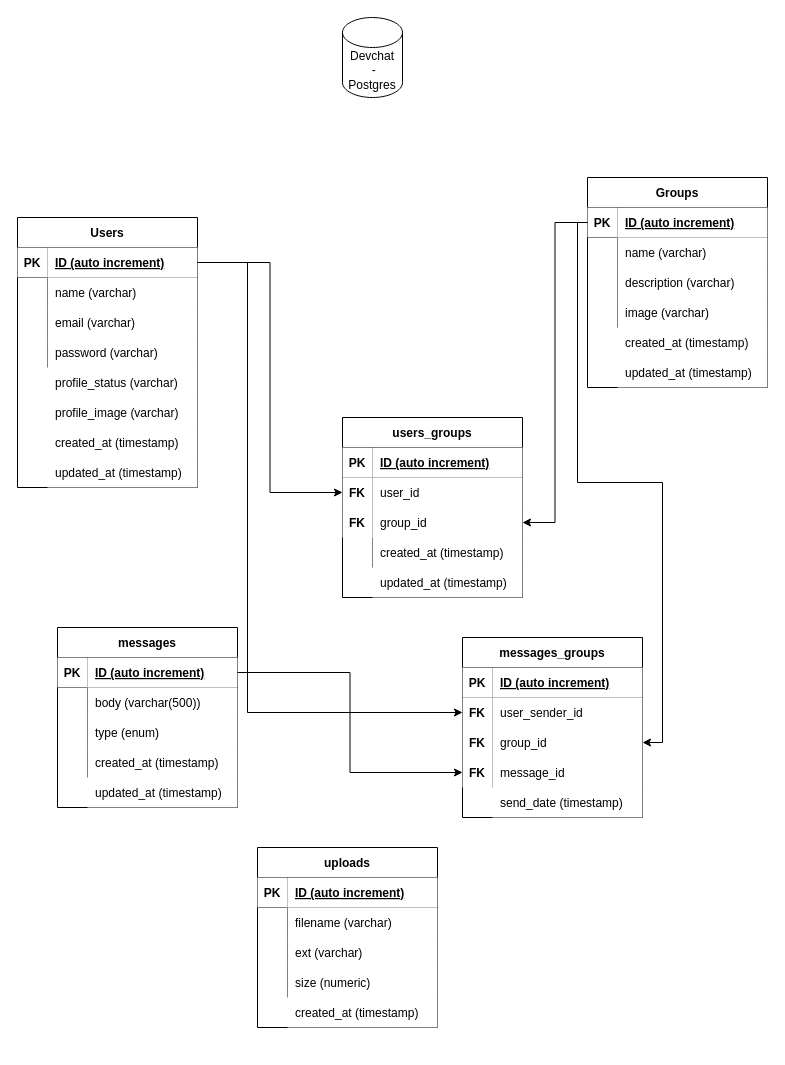
Before: backend/docs/MER.drawio in caioliveira277/dev-chat-project, a draw.io diagram. Source tidied: cells renumbered, new cells numbered last; positions are measured from the earlier drawing's top-left corner, leaving out a move shared by most shapes. Both pictures are drawn from the tidied source at 100%, with x=0, y=0 at pixel (17, 17).
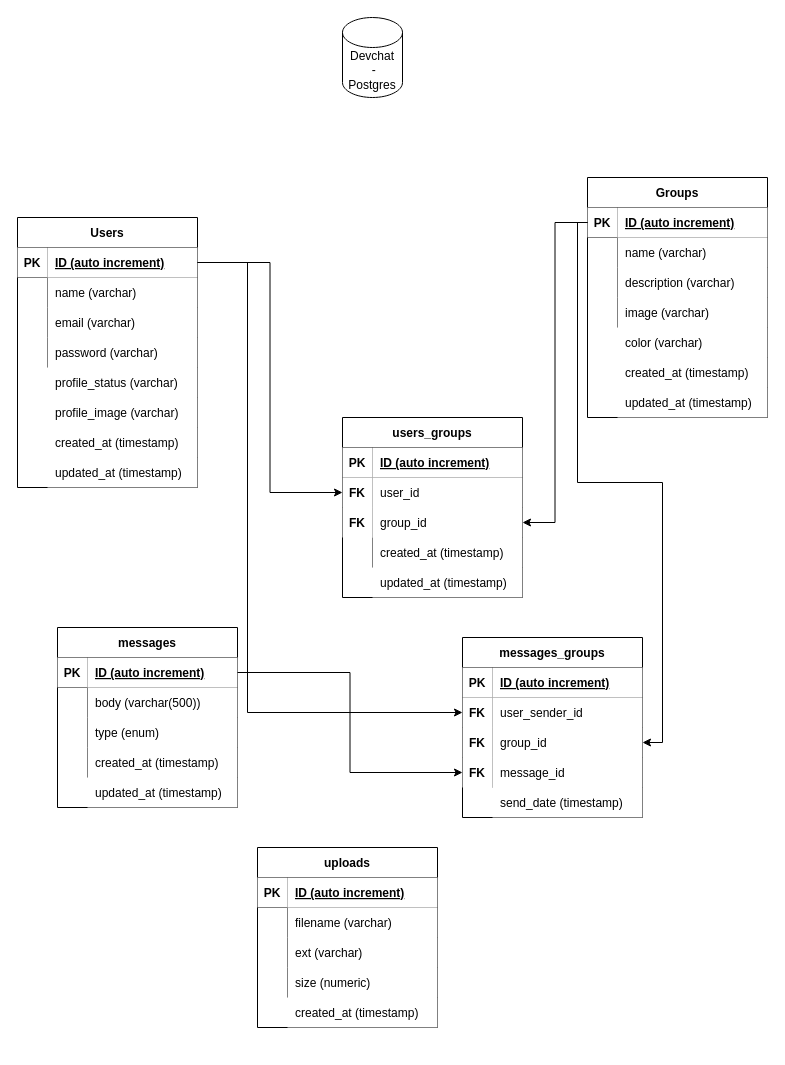
The same page after the edit.

The edit, as a diff of the source:
```diff
@@
     <mxCell id="98" value="Groups" style="shape=table;startSize=30;childLayout=tableLayout;rowLines=0;fontStyle=1;align=center;" parent="1" vertex="1">
-      <mxGeometry x="570" y="160" width="180" height="210" as="geometry" />
+      <mxGeometry x="570" y="160" width="180" height="240" as="geometry" />
     </mxCell>
@@
     <mxCell id="113" value="created_at (timestamp)" style="shape=partialRectangle;top=0;left=0;bottom=0;right=0;align=left;spacingLeft=6;overflow=hidden;" parent="1" vertex="1">
-      <mxGeometry x="600" y="310" width="150" height="30" as="geometry" />
+      <mxGeometry x="600" y="340" width="150" height="30" as="geometry" />
     </mxCell>
     <mxCell id="114" value="updated_at (timestamp)" style="shape=partialRectangle;top=0;left=0;bottom=0;right=0;align=left;spacingLeft=6;overflow=hidden;" parent="1" vertex="1">
-      <mxGeometry x="600" y="340" width="150" height="30" as="geometry" />
+      <mxGeometry x="600" y="370" width="150" height="30" as="geometry" />
     </mxCell>
@@
+    <mxCell id="117" value="color (varchar)" style="shape=partialRectangle;top=0;left=0;bottom=0;right=0;align=left;spacingLeft=6;overflow=hidden;" parent="1" vertex="1">
+      <mxGeometry x="600" y="310" width="150" height="30" as="geometry" />
+    </mxCell>
```
